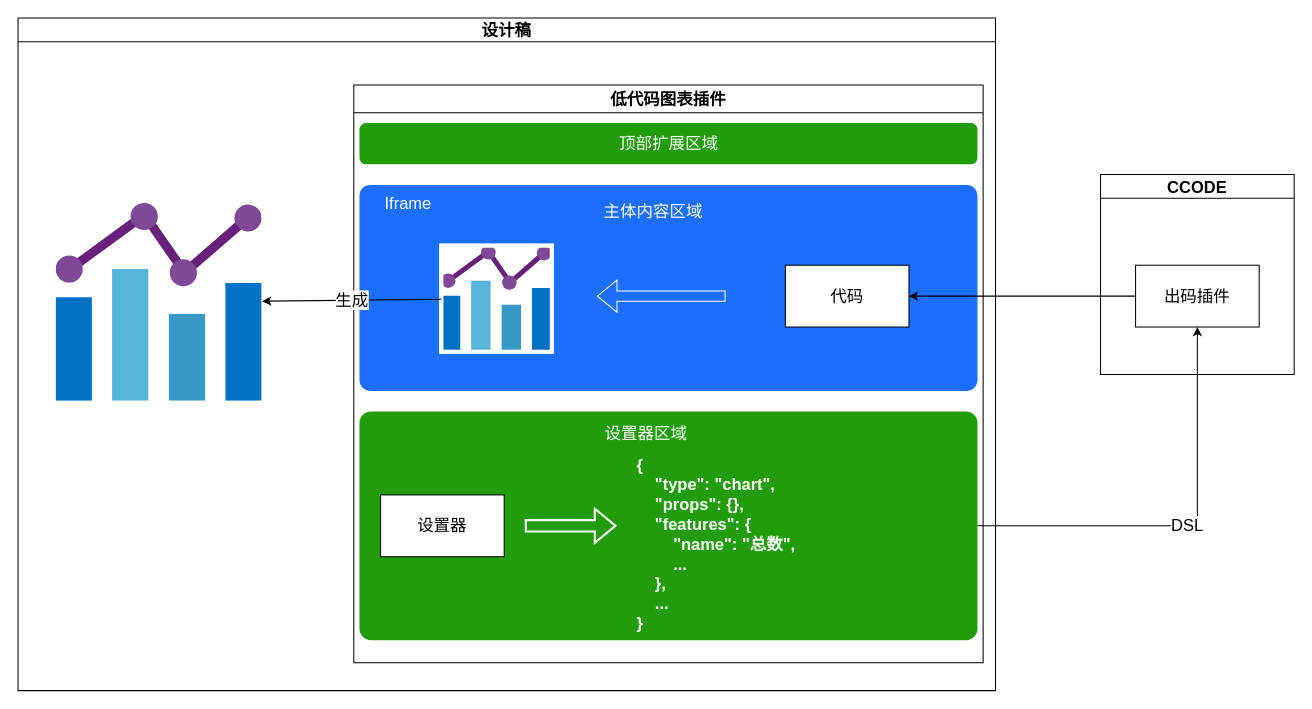
Earlier version of the draw.io diagram page "静态结构" (2 of 13) of lowCode/lc.drawio (zhuoooo/doodles). Source tidied: cells renumbered, new cells numbered last; positions are measured from the earlier drawing's top-left corner, leaving out a move shared by most shapes. Both pictures are drawn from the tidied source at 103%, with x=0, y=0 at pixel (18, 18).
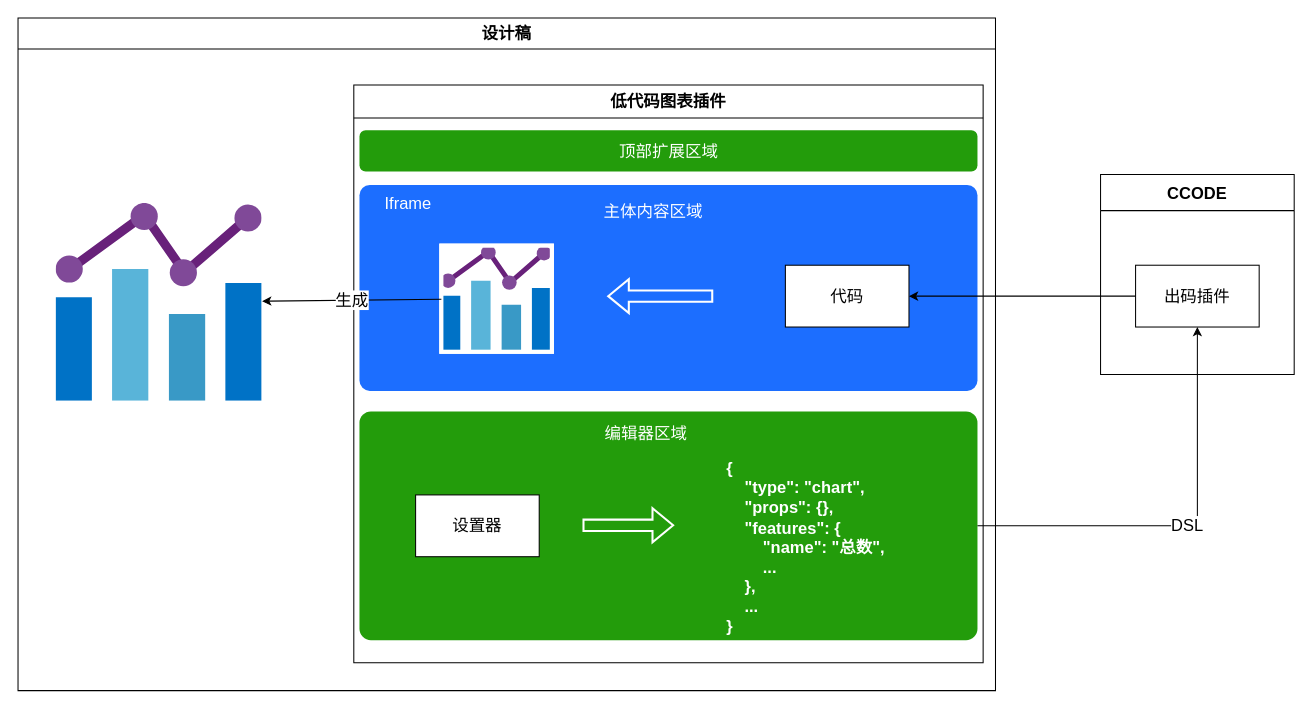
Above is the later version.

Commit message (it also covers changes not shown here):
feat: 新增国际化词条测试方案

Diff of the diagram source:
```diff
@@
-    <mxCell id="2" value="&lt;font style=&quot;font-size: 16px;&quot;&gt;设计稿&lt;/font&gt;" style="swimlane;whiteSpace=wrap;html=1;fontFamily=微软雅黑;fontSize=16;" parent="1" vertex="1">
+    <mxCell id="2" value="&lt;font style=&quot;font-size: 16px;&quot;&gt;设计稿&lt;/font&gt;" style="swimlane;whiteSpace=wrap;html=1;fontFamily=微软雅黑;fontSize=16;startSize=30;" parent="1" vertex="1">
       <mxGeometry width="949" height="653" as="geometry" />
     </mxCell>
-    <mxCell id="3" value="&lt;font style=&quot;font-size: 16px;&quot;&gt;低代码图表插件&lt;/font&gt;" style="swimlane;whiteSpace=wrap;html=1;startSize=27;fontFamily=微软雅黑;fontSize=16;" parent="2" vertex="1">
+    <mxCell id="3" value="&lt;font style=&quot;font-size: 16px;&quot;&gt;低代码图表插件&lt;/font&gt;" style="swimlane;whiteSpace=wrap;html=1;startSize=32;fontFamily=微软雅黑;fontSize=16;" parent="2" vertex="1">
       <mxGeometry x="326" y="65" width="611" height="561" as="geometry" />
     </mxCell>
     <mxCell id="4" value="顶部扩展区域" style="rounded=1;whiteSpace=wrap;html=1;fillColor=#239c0b;strokeColor=none;fontFamily=微软雅黑;fontSize=16;fontColor=#FFFFFF;" parent="3" vertex="1">
-      <mxGeometry x="5.5" y="37" width="600" height="40" as="geometry" />
+      <mxGeometry x="5.5" y="44" width="600" height="40" as="geometry" />
     </mxCell>
@@
-    <mxCell id="10" value="&lt;span style=&quot;font-size: 16px; font-style: normal; font-variant-ligatures: normal; font-variant-caps: normal; font-weight: 400; letter-spacing: normal; orphans: 2; text-align: center; text-indent: 0px; text-transform: none; widows: 2; word-spacing: 0px; -webkit-text-stroke-width: 0px; white-space: normal; text-decoration-thickness: initial; text-decoration-style: initial; text-decoration-color: initial; float: none; display: inline !important;&quot;&gt;&lt;font style=&quot;font-size: 16px;&quot; color=&quot;#ffffff&quot;&gt;设置器区域&lt;/font&gt;&lt;/span&gt;" style="text;whiteSpace=wrap;html=1;fontFamily=微软雅黑;fontSize=16;" parent="3" vertex="1">
+    <mxCell id="10" value="&lt;span style=&quot;font-size: 16px; font-style: normal; font-variant-ligatures: normal; font-variant-caps: normal; font-weight: 400; letter-spacing: normal; orphans: 2; text-align: center; text-indent: 0px; text-transform: none; widows: 2; word-spacing: 0px; -webkit-text-stroke-width: 0px; white-space: normal; text-decoration-thickness: initial; text-decoration-style: initial; text-decoration-color: initial; float: none; display: inline !important;&quot;&gt;&lt;font style=&quot;font-size: 16px;&quot; color=&quot;#ffffff&quot;&gt;编辑器区域&lt;/font&gt;&lt;/span&gt;" style="text;whiteSpace=wrap;html=1;fontFamily=微软雅黑;fontSize=16;" parent="3" vertex="1">
       <mxGeometry x="242.2" y="322" width="128" height="46" as="geometry" />
     </mxCell>
     <mxCell id="11" value="{&#10;    &quot;type&quot;: &quot;chart&quot;,&#10;    &quot;props&quot;: {},&#10;    &quot;features&quot;: {&#10;        &quot;name&quot;: &quot;总数&quot;,&#10;        ...&#10;    },&#10;    ...&#10;}" style="text;whiteSpace=wrap;fontFamily=微软雅黑;fontSize=16;fontStyle=1;fontColor=#FFFFFF;" parent="3" vertex="1">
-      <mxGeometry x="273" y="353" width="170" height="194" as="geometry" />
+      <mxGeometry x="360" y="356" width="170" height="194" as="geometry" />
     </mxCell>
     <mxCell id="12" value="设置器" style="rounded=0;whiteSpace=wrap;html=1;fontFamily=微软雅黑;fontSize=16;" parent="3" vertex="1">
-      <mxGeometry x="26" y="398" width="120" height="60" as="geometry" />
+      <mxGeometry x="60" y="398" width="120" height="60" as="geometry" />
     </mxCell>
     <mxCell id="13" style="shape=flexArrow;endArrow=classic;html=1;rounded=0;strokeColor=#FFFFFF;strokeWidth=2;fontFamily=微软雅黑;fontSize=16;" parent="3" edge="1">
       <mxGeometry relative="1" as="geometry">
-        <mxPoint x="166" y="428" as="sourcePoint" />
-        <mxPoint x="255" y="428" as="targetPoint" />
+        <mxPoint x="222" y="427.5" as="sourcePoint" />
+        <mxPoint x="311" y="427.5" as="targetPoint" />
       </mxGeometry>
     </mxCell>
@@
-    <mxCell id="15" style="shape=flexArrow;endArrow=classic;html=1;rounded=0;strokeColor=#FFFFFF;fontFamily=微软雅黑;fontSize=16;" parent="3" edge="1">
+    <mxCell id="15" style="shape=flexArrow;endArrow=classic;html=1;rounded=0;strokeColor=#FFFFFF;fontFamily=微软雅黑;fontSize=16;strokeWidth=2;" parent="3" edge="1">
       <mxGeometry relative="1" as="geometry">
-        <mxPoint x="361" y="205" as="sourcePoint" />
-        <mxPoint x="236" y="205" as="targetPoint" />
+        <mxPoint x="349" y="205" as="sourcePoint" />
+        <mxPoint x="246" y="205" as="targetPoint" />
       </mxGeometry>
     </mxCell>
@@
-    <mxCell id="18" value="&lt;font style=&quot;font-size: 16px;&quot;&gt;CCODE&lt;/font&gt;" style="swimlane;whiteSpace=wrap;html=1;fontFamily=微软雅黑;fontSize=16;" parent="1" vertex="1">
+    <mxCell id="18" value="&lt;font style=&quot;font-size: 16px;&quot;&gt;CCODE&lt;/font&gt;" style="swimlane;whiteSpace=wrap;html=1;fontFamily=微软雅黑;fontSize=16;startSize=35;" parent="1" vertex="1">
       <mxGeometry x="1051" y="152" width="188" height="194" as="geometry" />
     </mxCell>
```
